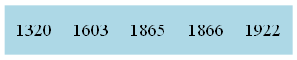
The Graphviz diagram graficos/ArbolB.png in MadelaynePerez/BibliotecaMagica, before a commit. Its source is kept beside it as graficos/ArbolB.dot.
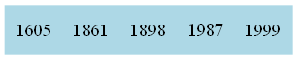
Above is the later version.

What changed in the source:
```diff
@@ -1,4 +1,4 @@
 digraph ArbolB {
 node [shape=record, style=filled, color=lightblue];
-"1225358173" [label="1320|1603|1865|1866|1922"];
+"1255230434" [label="1605|1861|1898|1987|1999"];
 }
```
